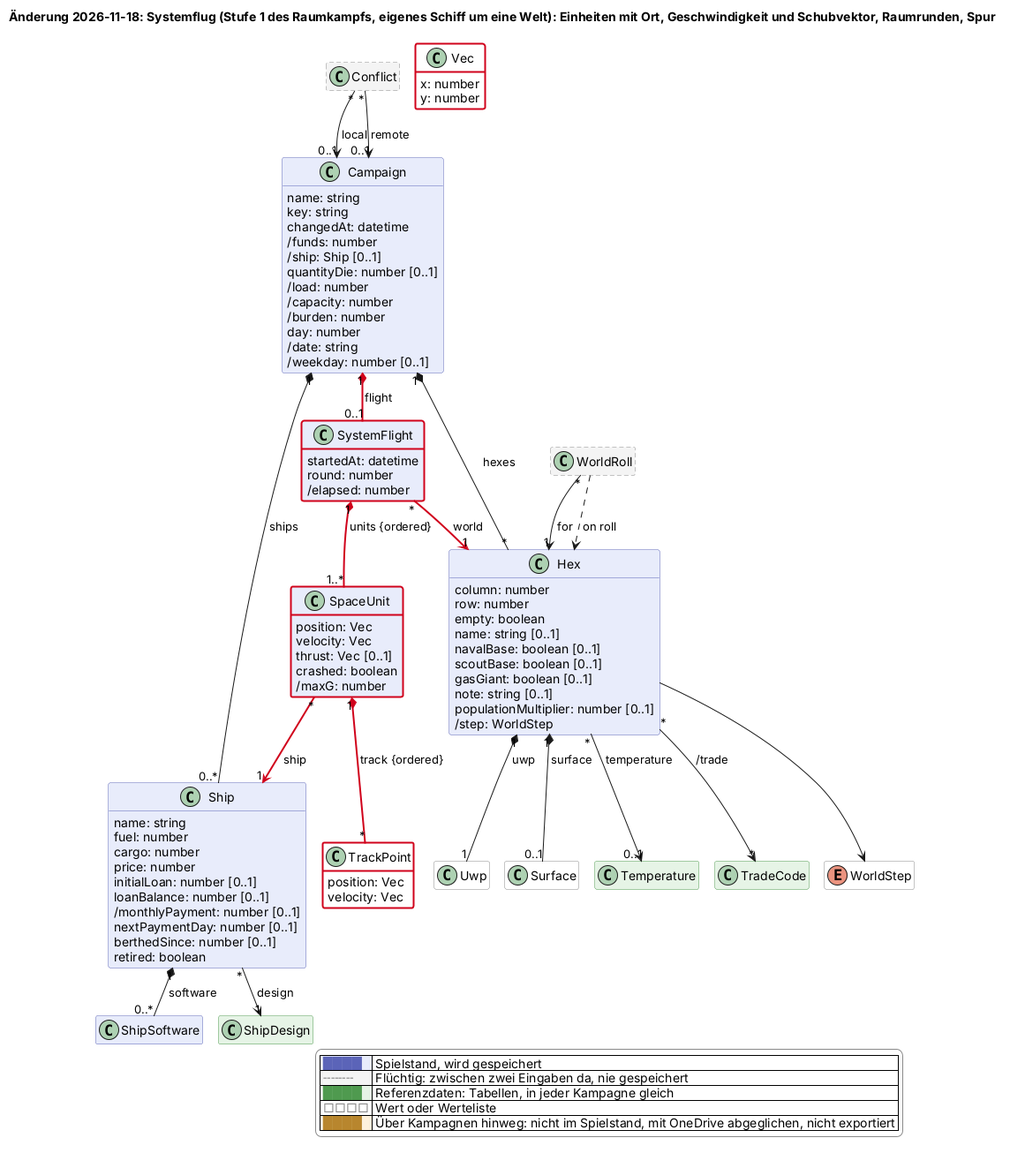
scuzzar/SRE keeps this PlantUML diagram as docs/changes/2026-11-18-systemflug.png. Above is the earlier version. Source of this version:
```plantuml
@startuml
!$change = "2026-11-18"
!if %not(%variable_exists("$change"))
!$change = "*"
!endif
!function $marked($c)
!return $change == "*" || $change == $c
!endfunction
!function $new($c, $t)
!if $marked($c)
!return "<color:#d0021b><b>" + $t + "</b></color>"
!endif
!return $t
!endfunction
!procedure $gone($c, $t)
!if $marked($c)
<color:#d0021b><s>$t</s></color>
!endif
!endprocedure
!function $newClass($c)
!if $marked($c)
!return "#line:d0021b;line.bold"
!endif
!return ""
!endfunction
!function $newArrow($c)
!if $marked($c)
!return "[#d0021b,bold]"
!endif
!return ""
!endfunction
!function $goneArrow($c)
!if $marked($c)
!return "[#d0021b,dashed]"
!endif
!return ""
!endfunction
!pragma layout smetana
title Änderung 2026-11-18: Systemflug (Stufe 1 des Raumkampfs, eigenes Schiff um eine Welt): Einheiten mit Ort, Geschwindigkeit und Schubvektor, Raumrunden, Spur
hide empty members
hide methods
skinparam classAttributeIconSize 0
skinparam shadowing false
skinparam packageStyle rectangle
skinparam class {
  BackgroundColor #e8ecfb
  BorderColor #5b64b8
  BackgroundColor<<transient>> #f4f4f4
  BorderColor<<transient>> #8a8a8a
  BackgroundColor<<reference>> #e6f4e6
  BorderColor<<reference>> #4f9a4f
  BackgroundColor<<value>> #ffffff
  BorderColor<<value>> #8a8a8a
  BackgroundColor<<browser>> #fdf1dc
  BorderColor<<browser>> #b8862e
}
skinparam legendBackgroundColor #ffffff
skinparam legendBorderColor #8a8a8a
<style>
classDiagram {
  class {
    .transient {
      LineStyle 5-3
    }
  }
}
</style>
hide <<transient>> stereotype
hide <<reference>> stereotype
hide <<value>> stereotype
hide <<browser>> stereotype

  class Campaign $kampagne {
    name: string
    key: string
    changedAt: datetime
    /funds: number
    /ship: Ship [0..1]
    quantityDie: number [0..1]
    /load: number
    /capacity: number
    /burden: number
    day: number
    /date: string
    /weekday: number [0..1]
  }

  class Ship $schiffe {
    name: string
    fuel: number
    cargo: number
    price: number
    initialLoan: number [0..1]
    loanBalance: number [0..1]
    /monthlyPayment: number [0..1]
    nextPaymentDay: number [0..1]
    berthedSince: number [0..1]
    retired: boolean
  }
  class ShipSoftware $schiffe
  class ShipDesign <<reference>> $schiffe

  class SystemFlight $raum $newClass("2026-11-18") {
    startedAt: datetime
    round: number
    /elapsed: number
  }
  class SpaceUnit $raum $newClass("2026-11-18") {
    position: Vec
    velocity: Vec
    thrust: Vec [0..1]
    crashed: boolean
    /maxG: number
  }
  class TrackPoint <<value>> $raum $newClass("2026-11-18") {
    position: Vec
    velocity: Vec
  }
  class Vec <<value>> $raum $newClass("2026-11-18") {
    x: number
    y: number
  }


  class Hex $sektor {
    column: number
    row: number
    empty: boolean
    name: string [0..1]
    navalBase: boolean [0..1]
    scoutBase: boolean [0..1]
    gasGiant: boolean [0..1]
    note: string [0..1]
    populationMultiplier: number [0..1]
    /step: WorldStep
  }
  class Uwp <<value>> $sektor
  class WorldRoll <<transient>> $sektor



  class Conflict <<transient>> $kampagne

  class Surface <<value>> $sektor
  class Temperature <<reference>> $sektor
  class TradeCode <<reference>> $sektor
  enum WorldStep <<value>> $sektor

Conflict "*" --> "0..1" Campaign : local
Conflict "*" --> "0..1" Campaign : remote

Campaign "1" *-- "0..*" Ship : ships
Ship "*" --> "1" ShipDesign : design
Ship "1" *-- "0..*" ShipSoftware : software

Campaign "1" *-$newArrow("2026-11-18")- "0..1" SystemFlight : flight
SystemFlight "*" -$newArrow("2026-11-18")-> "1" Hex : world
SystemFlight "1" *-$newArrow("2026-11-18")- "1..*" SpaceUnit : units {ordered}
SpaceUnit "*" -$newArrow("2026-11-18")-> "1" Ship : ship
SpaceUnit "1" *-$newArrow("2026-11-18")- "*" TrackPoint : track {ordered}




Campaign "1" *-- "*" Hex : hexes
Hex "1" *-- "1" Uwp : uwp
Hex --> WorldStep
WorldRoll "*" --> "1" Hex : for
WorldRoll ..> Hex : on roll
Hex "*" --> "*" TradeCode : /trade
Hex "*" --> "0..1" Temperature : temperature
Hex "1" *-- "0..1" Surface : surface









legend right
  |<#e8ecfb> <color:#5b64b8>████</color> | Spielstand, wird gespeichert |
  |<#f4f4f4> <color:#8a8a8a>╌╌╌╌</color> | Flüchtig: zwischen zwei Eingaben da, nie gespeichert |
  |<#e6f4e6> <color:#4f9a4f>████</color> | Referenzdaten: Tabellen, in jeder Kampagne gleich |
  |<#ffffff> <color:#8a8a8a>□□□□</color> | Wert oder Werteliste |
  |<#fdf1dc> <color:#b8862e>████</color> | Über Kampagnen hinweg: nicht im Spielstand, mit OneDrive abgeglichen, nicht exportiert |
endlegend
@enduml
```
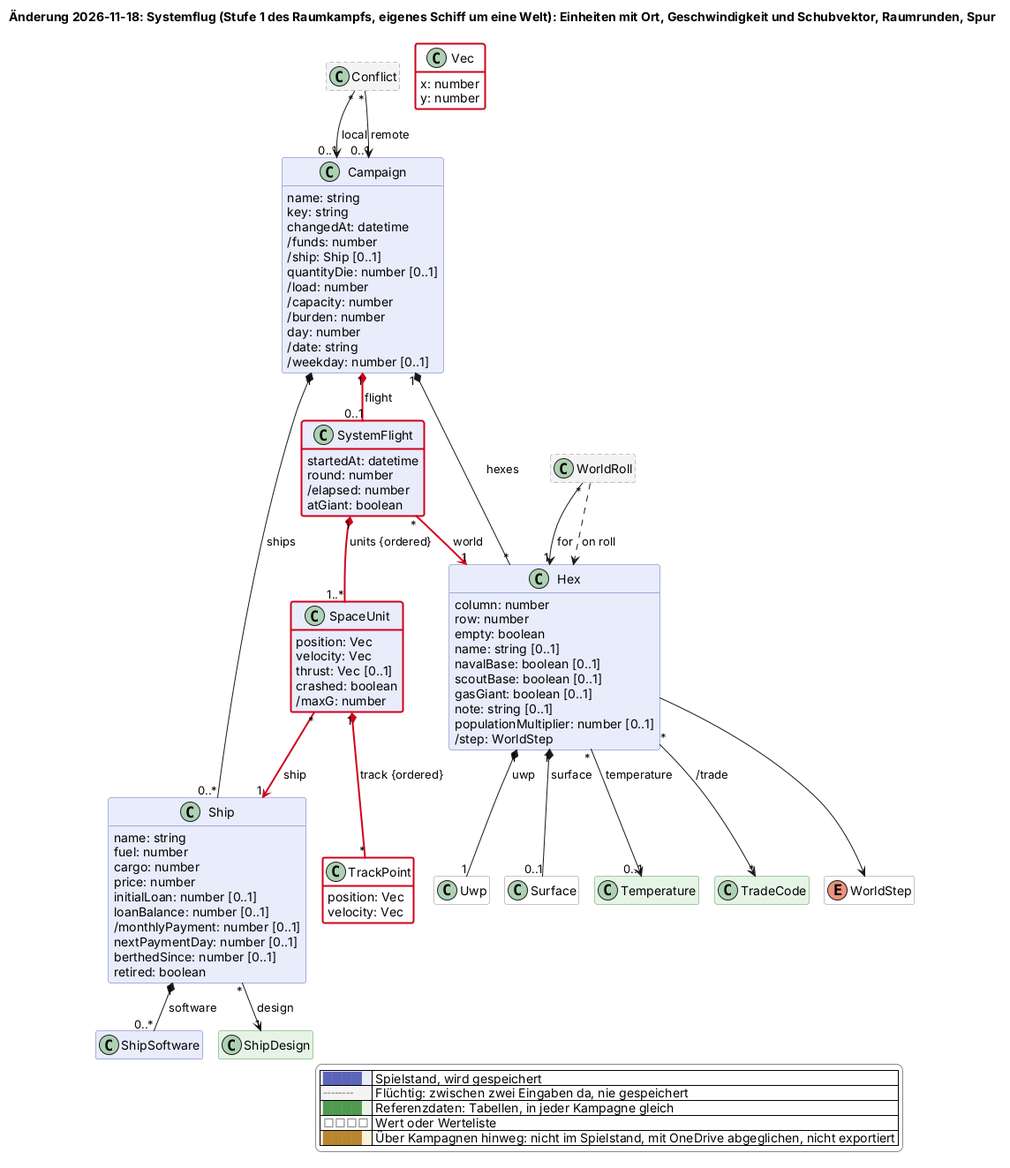
The same diagram one commit later.

What changed in the source:
```diff
@@ -104,6 +104,7 @@
     startedAt: datetime
     round: number
     /elapsed: number
+    $new("2026-11-18b", "atGiant: boolean")
   }
   class SpaceUnit $raum $newClass("2026-11-18") {
     position: Vec
```
